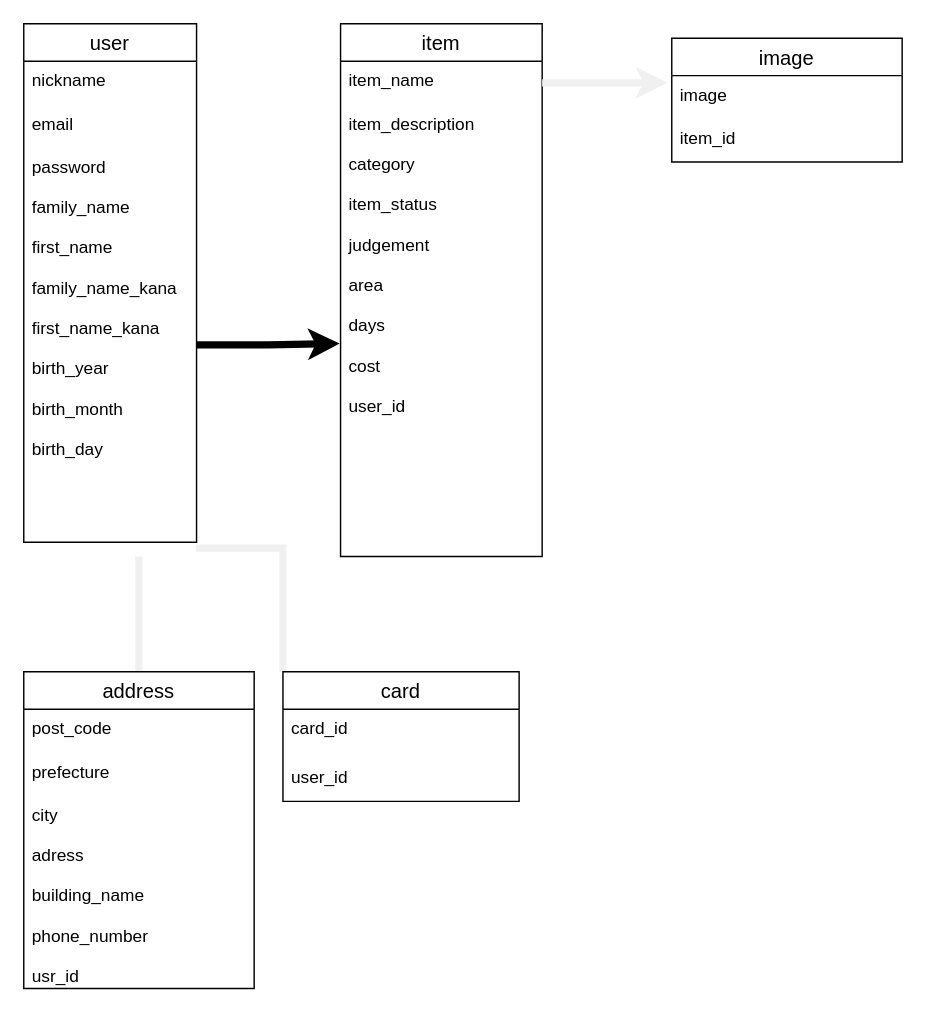
This is test.dio from syunsuke-png/furima-35271, a draw.io file, before an edit. Source tidied: cells renumbered, new cells numbered last; positions are measured from the earlier drawing's top-left corner, leaving out a move shared by most shapes. Both pictures are drawn from the tidied source at 144%, with x=0, y=0 at pixel (23, 23).
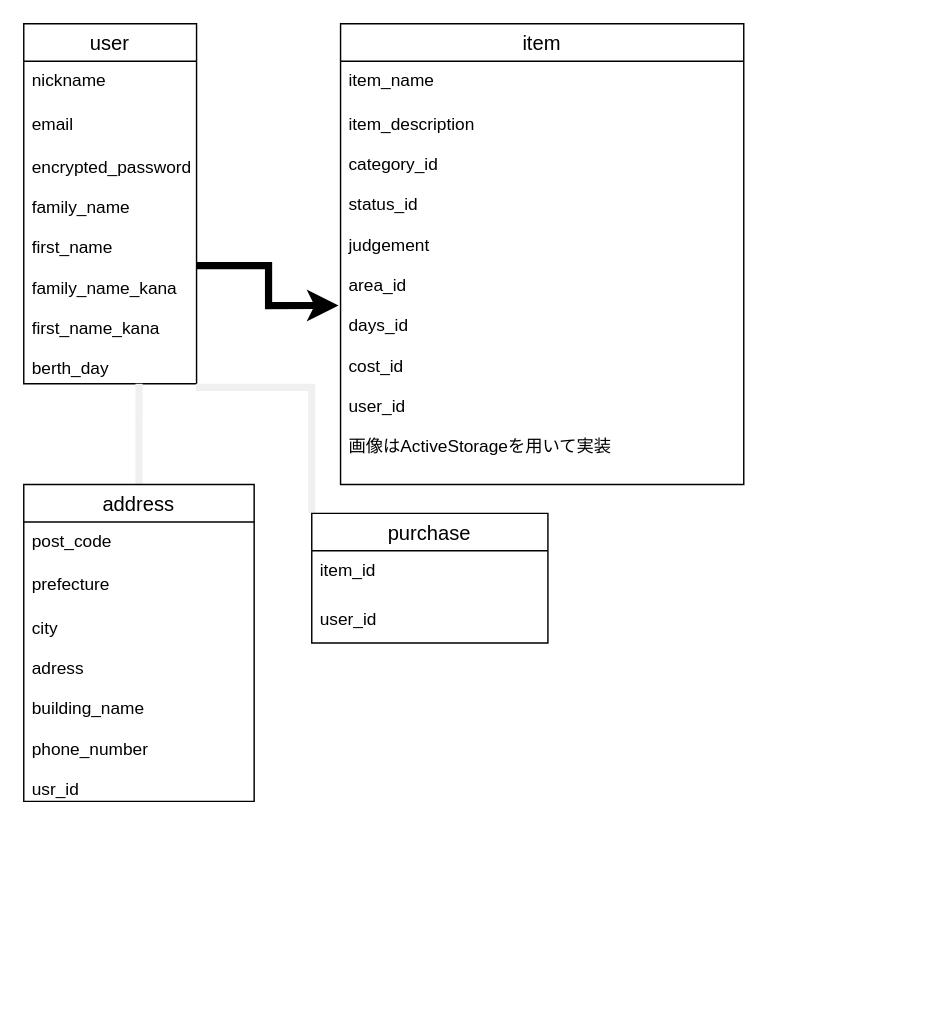
The same page after the edit.

Commit message (it also covers changes not shown here):
データベース設計の修正

Change to the diagram source:
```diff
@@
     <mxCell id="2" value="user" style="swimlane;fontStyle=0;horizontal=1;startSize=26;align=center;fontSize=14;" parent="1" vertex="1">
-      <mxGeometry width="120" height="360" as="geometry" />
+      <mxGeometry width="120" height="250" as="geometry" />
     </mxCell>
@@
-    <mxCell id="5" value="password&#10;&#10;family_name&#10;&#10;first_name&#10;&#10;family_name_kana&#10;&#10;first_name_kana&#10;&#10;birth_year&#10;&#10;birth_month&#10;&#10;birth_day&#10;" style="text;strokeColor=none;fillColor=none;spacingLeft=4;spacingRight=4;overflow=hidden;points=[[0,0.5],[1,0.5]];portConstraint=eastwest;fontSize=12;" parent="2" vertex="1">
-      <mxGeometry y="86" width="120" height="274" as="geometry" />
+    <mxCell id="5" value="encrypted_password&#10;&#10;family_name&#10;&#10;first_name&#10;&#10;family_name_kana&#10;&#10;first_name_kana&#10;&#10;berth_day&#10;" style="text;strokeColor=none;fillColor=none;spacingLeft=4;spacingRight=4;overflow=hidden;points=[[0,0.5],[1,0.5]];portConstraint=eastwest;fontSize=12;" parent="2" vertex="1">
+      <mxGeometry y="86" width="120" height="164" as="geometry" />
     </mxCell>
     <mxCell id="6" value="item" style="swimlane;fontStyle=0;horizontal=1;startSize=26;align=center;fontSize=14;" parent="1" vertex="1">
-      <mxGeometry x="220" width="140" height="370" as="geometry" />
+      <mxGeometry x="220" width="280" height="320" as="geometry" />
     </mxCell>
     <mxCell id="7" value="item_name" style="text;strokeColor=none;fillColor=none;spacingLeft=4;spacingRight=4;overflow=hidden;points=[[0,0.5],[1,0.5]];portConstraint=eastwest;fontSize=12;" parent="6" vertex="1">
-      <mxGeometry y="26" width="140" height="30" as="geometry" />
+      <mxGeometry y="26" width="280" height="30" as="geometry" />
     </mxCell>
-    <mxCell id="8" value="item_description&#10;&#10;category&#10;&#10;item_status&#10;&#10;judgement&#10;&#10;area&#10;&#10;days&#10;&#10;cost&#10;&#10;user_id" style="text;strokeColor=none;fillColor=none;spacingLeft=4;spacingRight=4;overflow=hidden;points=[[0,0.5],[1,0.5]];portConstraint=eastwest;fontSize=12;" parent="6" vertex="1">
-      <mxGeometry y="56" width="140" height="314" as="geometry" />
+    <mxCell id="8" value="item_description&#10;&#10;category_id&#10;&#10;status_id&#10;&#10;judgement&#10;&#10;area_id&#10;&#10;days_id&#10;&#10;cost_id&#10;&#10;user_id&#10;&#10;画像はActiveStorageを用いて実装&#10;&#10;" style="text;strokeColor=none;fillColor=none;spacingLeft=4;spacingRight=4;overflow=hidden;points=[[0,0.5],[1,0.5]];portConstraint=eastwest;fontSize=12;" parent="6" vertex="1">
+      <mxGeometry y="56" width="280" height="264" as="geometry" />
     </mxCell>
@@
-    <mxCell id="10" style="edgeStyle=orthogonalEdgeStyle;rounded=0;jettySize=auto;html=1;exitX=0.5;exitY=0;exitDx=0;exitDy=0;endArrow=none;endFill=0;targetPerimeterSpacing=0;strokeColor=#f0f0f0;strokeWidth=5;" parent="1" edge="1" source="11">
-      <mxGeometry relative="1" as="geometry">
-        <mxPoint x="80" y="370" as="targetPoint" />
-      </mxGeometry>
-    </mxCell>
+    <mxCell id="23" style="edgeStyle=orthogonalEdgeStyle;rounded=0;jettySize=auto;html=1;exitX=0.5;exitY=0;exitDx=0;exitDy=0;entryX=0.667;entryY=1;entryDx=0;entryDy=0;entryPerimeter=0;endArrow=none;endFill=0;targetPerimeterSpacing=0;strokeColor=#f0f0f0;strokeWidth=5;" parent="1" edge="1" source="11" target="5">
+      <mxGeometry relative="1" as="geometry" />
+    </mxCell>
     <mxCell id="11" value="address" style="swimlane;fontStyle=0;horizontal=1;startSize=26;align=center;fontSize=14;" parent="1" vertex="1">
-      <mxGeometry y="450" width="160" height="220" as="geometry" />
+      <mxGeometry y="320" width="160" height="220" as="geometry" />
     </mxCell>
@@
-    <mxCell id="16" value="card" style="swimlane;fontStyle=0;horizontal=1;startSize=26;align=center;fontSize=14;" parent="1" vertex="1">
-      <mxGeometry x="180" y="450" width="164" height="90" as="geometry" />
+    <mxCell id="16" value="purchase" style="swimlane;fontStyle=0;horizontal=1;startSize=26;align=center;fontSize=14;" parent="1" vertex="1">
+      <mxGeometry x="200" y="340" width="164" height="90" as="geometry" />
     </mxCell>
-    <mxCell id="17" value="card_id" style="text;strokeColor=none;fillColor=none;spacingLeft=4;spacingRight=4;overflow=hidden;fontSize=12;" parent="16" vertex="1">
+    <mxCell id="17" value="item_id" style="text;strokeColor=none;fillColor=none;spacingLeft=4;spacingRight=4;overflow=hidden;fontSize=12;" parent="16" vertex="1">
       <mxGeometry y="26" width="164" height="34" as="geometry" />
     </mxCell>
@@
-    <mxCell id="19" value="image" style="swimlane;fontStyle=0;horizontal=1;startSize=26;align=center;fontSize=14;" parent="1" vertex="1">
-      <mxGeometry x="450" y="10" width="160" height="86" as="geometry" />
-    </mxCell>
-    <mxCell id="20" value="image" style="text;strokeColor=none;fillColor=none;spacingLeft=4;spacingRight=4;overflow=hidden;points=[[0,0.5],[1,0.5]];portConstraint=eastwest;fontSize=12;" parent="19" vertex="1">
-      <mxGeometry y="26" width="160" height="30" as="geometry" />
-    </mxCell>
-    <mxCell id="21" value="item_id" style="text;strokeColor=none;fillColor=none;spacingLeft=4;spacingRight=4;overflow=hidden;fontSize=12;" parent="19" vertex="1">
-      <mxGeometry y="56" width="160" height="30" as="geometry" />
-    </mxCell>
-    <mxCell id="22" style="edgeStyle=orthogonalEdgeStyle;rounded=0;jettySize=auto;html=1;exitX=1;exitY=0.5;exitDx=0;exitDy=0;entryX=-0.019;entryY=0.167;entryDx=0;entryDy=0;entryPerimeter=0;endArrow=classic;endFill=1;targetPerimeterSpacing=0;strokeColor=#f0f0f0;strokeWidth=5;" parent="1" edge="1" source="7" target="20">
-      <mxGeometry relative="1" as="geometry" />
-    </mxCell>
```
